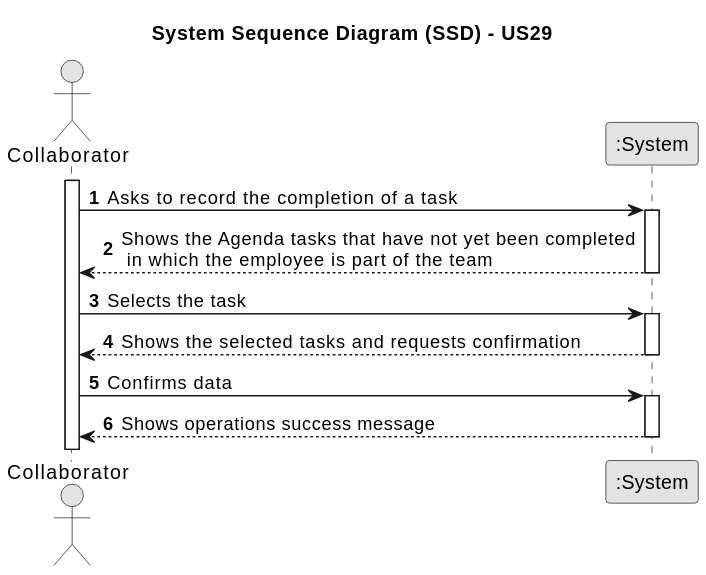
Paulo-Pereira-at-ISEP/lei-24-s2-1nanb-g321 keeps this PlantUML diagram as docs/sprintC/us29/01.requirements-engineering/svg/us29-system-sequence-diagram.svg. Above is the earlier version. The source it was exported from:
```plantuml
@startuml
skinparam monochrome true
skinparam packageStyle rectangle
skinparam shadowing false

title System Sequence Diagram (SSD) - US29

autonumber

actor "Collaborator" as Collaborator
participant ":System" as System

activate Collaborator

    Collaborator -> System : Asks to record the completion of a task
    activate System

        System --> Collaborator : Shows the Agenda tasks that have not yet been completed\n in which the employee is part of the team
    deactivate System

    Collaborator -> System : Selects the task
    activate System

        System --> Collaborator : Shows the selected tasks and requests confirmation
    deactivate System

    Collaborator -> System : Confirms data
    activate System

        System --> Collaborator : Shows operations success message
    deactivate System
@enduml
```
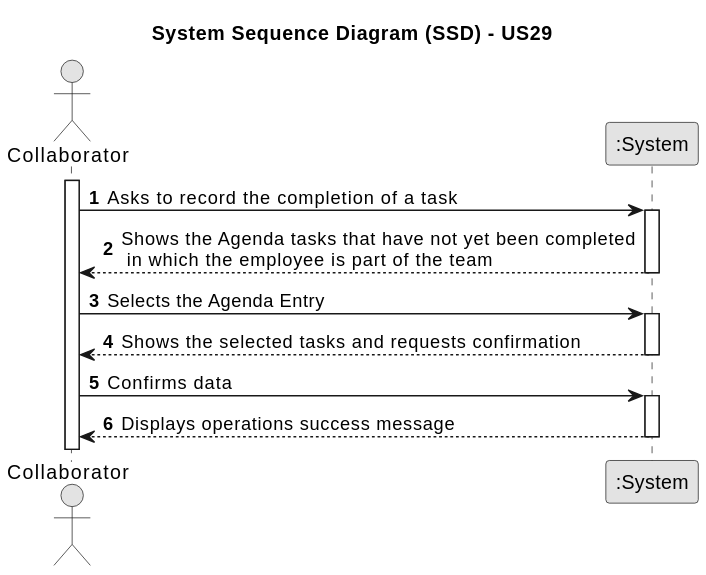
The same diagram one commit later.

Commit message:
LGGPM-181 - US29 - Eng. Req. - SSD update

What changed in the source:
```diff
@@ -18,7 +18,7 @@
         System --> Collaborator : Shows the Agenda tasks that have not yet been completed\n in which the employee is part of the team
     deactivate System
 
-    Collaborator -> System : Selects the task
+    Collaborator -> System : Selects the Agenda Entry
     activate System
 
         System --> Collaborator : Shows the selected tasks and requests confirmation
@@ -27,6 +27,6 @@
     Collaborator -> System : Confirms data
     activate System
 
-        System --> Collaborator : Shows operations success message
+        System --> Collaborator : Displays operations success message
     deactivate System
 @enduml
```
